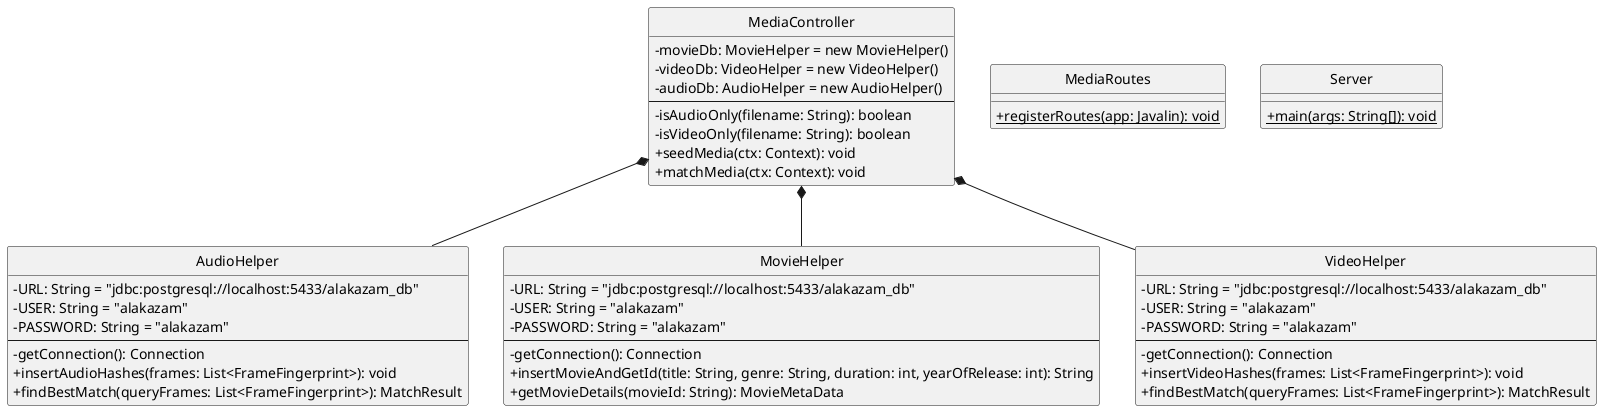
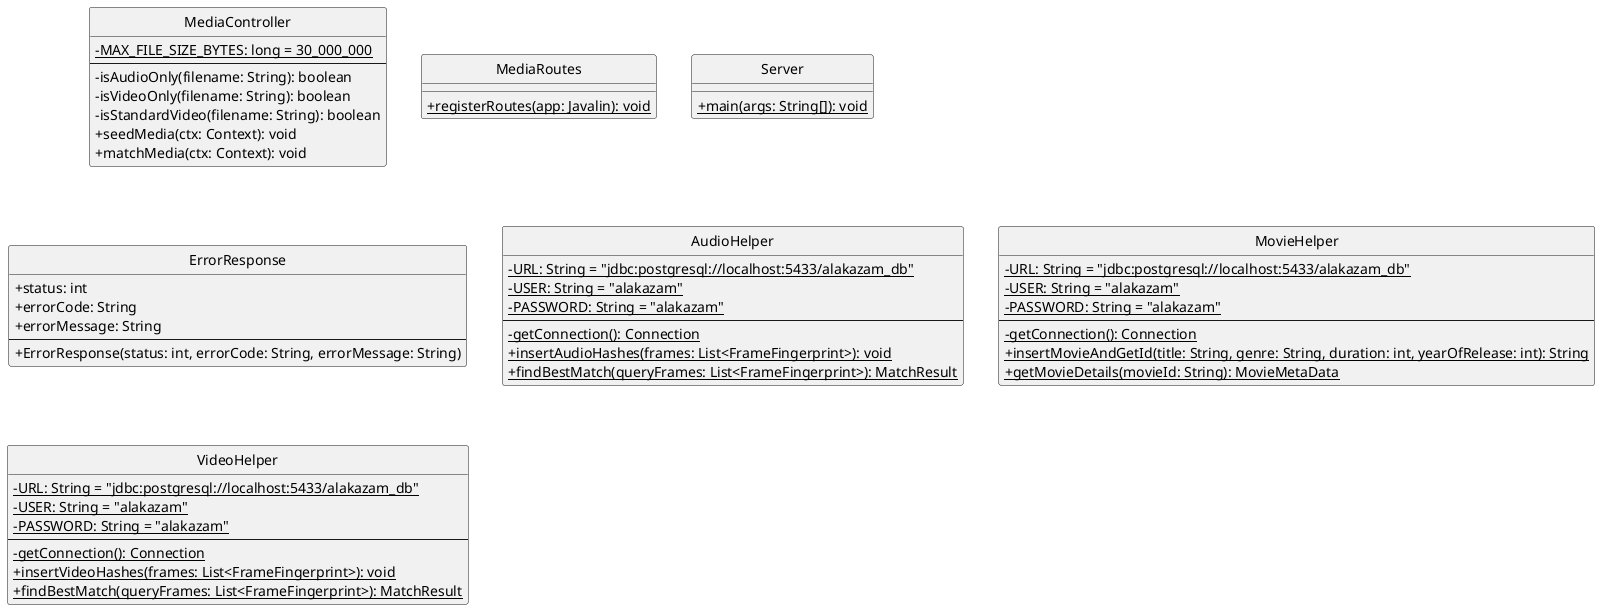
' Generated by UML Generator
- ' Encoded: rPLHRzCm4CVVyociFQLiLP46Bn6W5KgXQ5LH8k018NI9hwcPOsVs9QoRzjsndPMvRDFUaFOIsNS_dtt_Epidbi1GryZ4dWdLWe66LHAidH8PKNQ4YqghGbmYUvvi14TM2LD9J990iILo0U-q8gEbHCEk4iR6ZUu5pigCBVtW8yhMULupXRzZIphoREzYQiz-zOCzDh8CB7HS17Rg1tjiP1dOiVy86-mh9RVfMaXKq6362fUPgaSPAxMM26eWmswFauSMaOUiquekCkPpnmjoJAy5zq03L6qU9gxtfCkrazW6sGwlN2r8LDVCO2qieHcSARHjnZv13rAeEr4ADFsDxhS16X0g1LFRNGhVVznP66iOglObFztXJjI3NxoiibPRgWtQSvbD9b9N83VEahrySNmy0GbdS0dDJruUXFN5-pmEiFC7v-TfKNnRvRC7WL2l6icffR0YeLKw2jhTp7n-GbaqD1mSxCP9itRzYYxBKwVNgxcVp5rmDAtRWzv4HLaBnT-YfQKlJdhUeTdE7riRs1nj9ocgMjJIJqgsSF2fuX-G5ZmbGV9lWn-n6fM9fhmpu5Tdp4bnnBO8PhNEqLq1Yy4ssh4-lji-19yXWP0s3TT_mQFh4znBvvu1mQsMyPL_KbeE1___BVZlQ_jiF8uRybv_9FAz_kWTI4vGSVSl-0C
- ' URL: http://www.plantuml.com/plantuml/uml/rPLHRzCm4CVVyociFQLiLP46Bn6W5KgXQ5LH8k018NI9hwcPOsVs9QoRzjsndPMvRDFUaFOIsNS_dtt_Epidbi1GryZ4dWdLWe66LHAidH8PKNQ4YqghGbmYUvvi14TM2LD9J990iILo0U-q8gEbHCEk4iR6ZUu5pigCBVtW8yhMULupXRzZIphoREzYQiz-zOCzDh8CB7HS17Rg1tjiP1dOiVy86-mh9RVfMaXKq6362fUPgaSPAxMM26eWmswFauSMaOUiquekCkPpnmjoJAy5zq03L6qU9gxtfCkrazW6sGwlN2r8LDVCO2qieHcSARHjnZv13rAeEr4ADFsDxhS16X0g1LFRNGhVVznP66iOglObFztXJjI3NxoiibPRgWtQSvbD9b9N83VEahrySNmy0GbdS0dDJruUXFN5-pmEiFC7v-TfKNnRvRC7WL2l6icffR0YeLKw2jhTp7n-GbaqD1mSxCP9itRzYYxBKwVNgxcVp5rmDAtRWzv4HLaBnT-YfQKlJdhUeTdE7riRs1nj9ocgMjJIJqgsSF2fuX-G5ZmbGV9lWn-n6fM9fhmpu5Tdp4bnnBO8PhNEqLq1Yy4ssh4-lji-19yXWP0s3TT_mQFh4znBvvu1mQsMyPL_KbeE1___BVZlQ_jiF8uRybv_9FAz_kWTI4vGSVSl-0C
- ' Generated on: 2026-04-12T18:13:27.725608500
+ ' Encoded: tLLTRzem57tdLrXz2c889BQNQ9jA2snC8APatQScT8almQjZf_ODAgtwt-kOhsIeszuczI6HxlMvnxxtd3Zdbi1GaSc6lHOg1mCPIoHOsoSoOb4GZXEjOd67hDjO2Oui4IQHs6Xu59iY5t2f5Haj9Hfsts2iVUz8IIGFRDh_EX-D9yDvFFu-d5zy-pICGoQrIjaRrklEkrt_b2NjyYLil-12pvJS14iXKK668OlTGLJQ3Db2QucWjiZFxYp_Xem950V3VSMVqIsBo7rBGKAt8IiRmrjocBKMl0HaGCdgQSH3RIwHTlEpVYQjmqmCfi8IckrY07aUiW-m1YdK2KkCPhqRwf4W0w42CAdTj_3ZvqdXq1Xj8hIvLXQtzMLvuMg4eZB44d6f-M4GX-GKhOMqclVgj6gSGONk1JiXswL-eseU3-Y5VeyoF_7CLJJPuvrBpdxnHHBcsb9gqDx8iDEHEW6vSfdmrSjUhmCIhk4EiZbVdDM9uc5KPTe3wwYF_JZ-Cei6JoBRDNYAv2HNc93GAcXw0-oYcaZ2pSZGjakmAoVqqdrQw0OsSUg_7fN1o6s79dUxqjkAnGuSIw7u1LgQbfuBRWeqcz7VI3pMYLH8gfXHhmK--s7xBlkAlqCQyu04oOeTKrIc4lB2G4cpy-y6mSoM4RfhmABFDQkVHVL0VfS14WXfWwmCnhnob_ZbgLiU0C5H0N_tF7i5jbt-HxkVe-BkN_O8
+ ' URL: http://www.plantuml.com/plantuml/uml/tLLTRzem57tdLrXz2c889BQNQ9jA2snC8APatQScT8almQjZf_ODAgtwt-kOhsIeszuczI6HxlMvnxxtd3Zdbi1GaSc6lHOg1mCPIoHOsoSoOb4GZXEjOd67hDjO2Oui4IQHs6Xu59iY5t2f5Haj9Hfsts2iVUz8IIGFRDh_EX-D9yDvFFu-d5zy-pICGoQrIjaRrklEkrt_b2NjyYLil-12pvJS14iXKK668OlTGLJQ3Db2QucWjiZFxYp_Xem950V3VSMVqIsBo7rBGKAt8IiRmrjocBKMl0HaGCdgQSH3RIwHTlEpVYQjmqmCfi8IckrY07aUiW-m1YdK2KkCPhqRwf4W0w42CAdTj_3ZvqdXq1Xj8hIvLXQtzMLvuMg4eZB44d6f-M4GX-GKhOMqclVgj6gSGONk1JiXswL-eseU3-Y5VeyoF_7CLJJPuvrBpdxnHHBcsb9gqDx8iDEHEW6vSfdmrSjUhmCIhk4EiZbVdDM9uc5KPTe3wwYF_JZ-Cei6JoBRDNYAv2HNc93GAcXw0-oYcaZ2pSZGjakmAoVqqdrQw0OsSUg_7fN1o6s79dUxqjkAnGuSIw7u1LgQbfuBRWeqcz7VI3pMYLH8gfXHhmK--s7xBlkAlqCQyu04oOeTKrIc4lB2G4cpy-y6mSoM4RfhmABFDQkVHVL0VfS14WXfWwmCnhnob_ZbgLiU0C5H0N_tF7i5jbt-HxkVe-BkN_O8
+ ' Generated on: 2026-04-13T10:09:00.057159500

@startuml
skinparam classAttributeIconSize 0
hide circle

class MediaController {
-   -movieDb: MovieHelper = new MovieHelper()
-   -videoDb: VideoHelper = new VideoHelper()
-   -audioDb: AudioHelper = new AudioHelper()
+   -{static} MAX_FILE_SIZE_BYTES: long = 30_000_000
  --
  -isAudioOnly(filename: String): boolean
  -isVideoOnly(filename: String): boolean
+   -isStandardVideo(filename: String): boolean
  +seedMedia(ctx: Context): void
  +matchMedia(ctx: Context): void
}

class MediaRoutes {
  +{static} registerRoutes(app: Javalin): void
}

class Server {
  +{static} main(args: String[]): void
}

+ class ErrorResponse {
+   +status: int
+   +errorCode: String
+   +errorMessage: String
+   --
+   +ErrorResponse(status: int, errorCode: String, errorMessage: String)
+ }
+ 
class AudioHelper {
-   -URL: String = "jdbc:postgresql://localhost:5433/alakazam_db"
-   -USER: String = "alakazam"
-   -PASSWORD: String = "alakazam"
+   -{static} URL: String = "jdbc:postgresql://localhost:5433/alakazam_db"
+   -{static} USER: String = "alakazam"
+   -{static} PASSWORD: String = "alakazam"
  --
-   -getConnection(): Connection
-   +insertAudioHashes(frames: List<FrameFingerprint>): void
-   +findBestMatch(queryFrames: List<FrameFingerprint>): MatchResult
+   -{static} getConnection(): Connection
+   +{static} insertAudioHashes(frames: List<FrameFingerprint>): void
+   +{static} findBestMatch(queryFrames: List<FrameFingerprint>): MatchResult
}

class MovieHelper {
-   -URL: String = "jdbc:postgresql://localhost:5433/alakazam_db"
-   -USER: String = "alakazam"
-   -PASSWORD: String = "alakazam"
+   -{static} URL: String = "jdbc:postgresql://localhost:5433/alakazam_db"
+   -{static} USER: String = "alakazam"
+   -{static} PASSWORD: String = "alakazam"
  --
-   -getConnection(): Connection
-   +insertMovieAndGetId(title: String, genre: String, duration: int, yearOfRelease: int): String
-   +getMovieDetails(movieId: String): MovieMetaData
+   -{static} getConnection(): Connection
+   +{static} insertMovieAndGetId(title: String, genre: String, duration: int, yearOfRelease: int): String
+   +{static} getMovieDetails(movieId: String): MovieMetaData
}

class VideoHelper {
-   -URL: String = "jdbc:postgresql://localhost:5433/alakazam_db"
-   -USER: String = "alakazam"
-   -PASSWORD: String = "alakazam"
+   -{static} URL: String = "jdbc:postgresql://localhost:5433/alakazam_db"
+   -{static} USER: String = "alakazam"
+   -{static} PASSWORD: String = "alakazam"
  --
-   -getConnection(): Connection
-   +insertVideoHashes(frames: List<FrameFingerprint>): void
-   +findBestMatch(queryFrames: List<FrameFingerprint>): MatchResult
+   -{static} getConnection(): Connection
+   +{static} insertVideoHashes(frames: List<FrameFingerprint>): void
+   +{static} findBestMatch(queryFrames: List<FrameFingerprint>): MatchResult
}

- MediaController *-- MovieHelper
- MediaController *-- VideoHelper
- MediaController *-- AudioHelper
@enduml